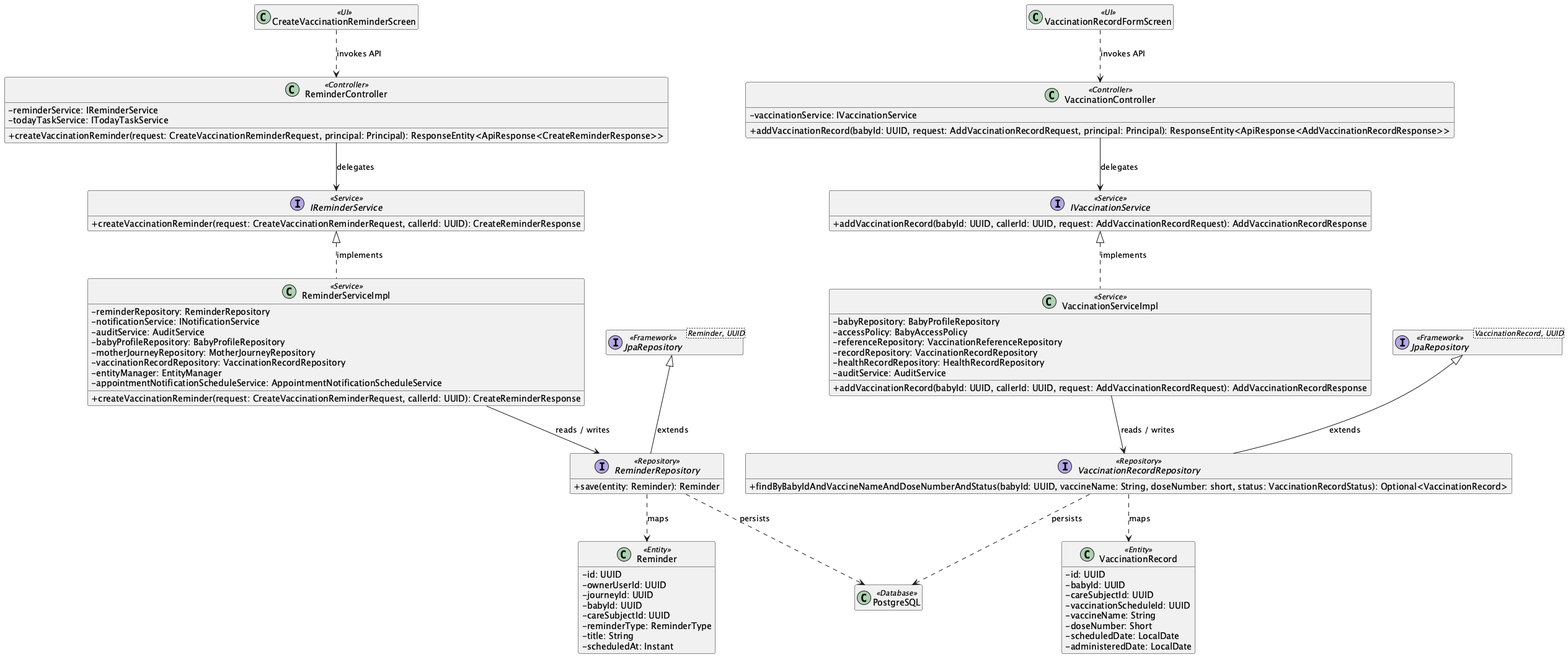
This is 03_Design/Detailed_Design/MF03_Baby_Care_Journey_Growth_Vaccination/images/03_Vaccination_Record_Schedule_and_Reminder_ClassDiagram.png from ChuongBDHE172784/CareBridge_SEP490_G79, a PlantUML export, as it was before one commit.
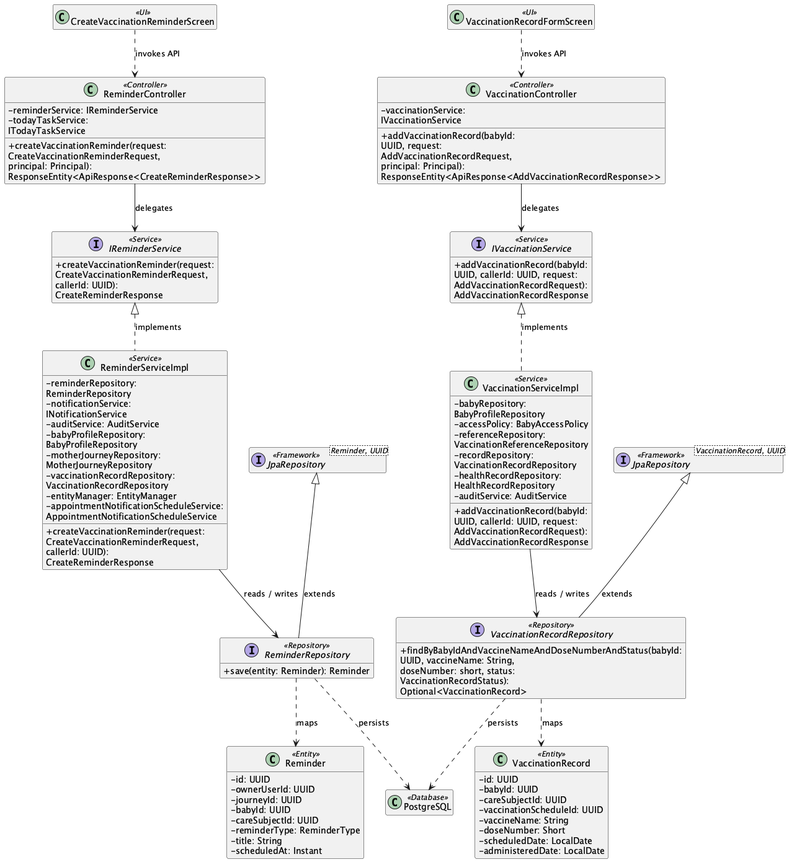
The same diagram one commit later.

Change to the diagram source:
```diff
@@ -1,5 +1,6 @@
-@startuml
+@startuml ClassDiagram_03VaccinationRecordScheduleandReminder
 skinparam classAttributeIconSize 0
+skinparam wrapWidth 250
 hide empty members
 
 class "CreateVaccinationReminderScreen" as UICreateVaccinationReminderScreen <<UI>>
```
